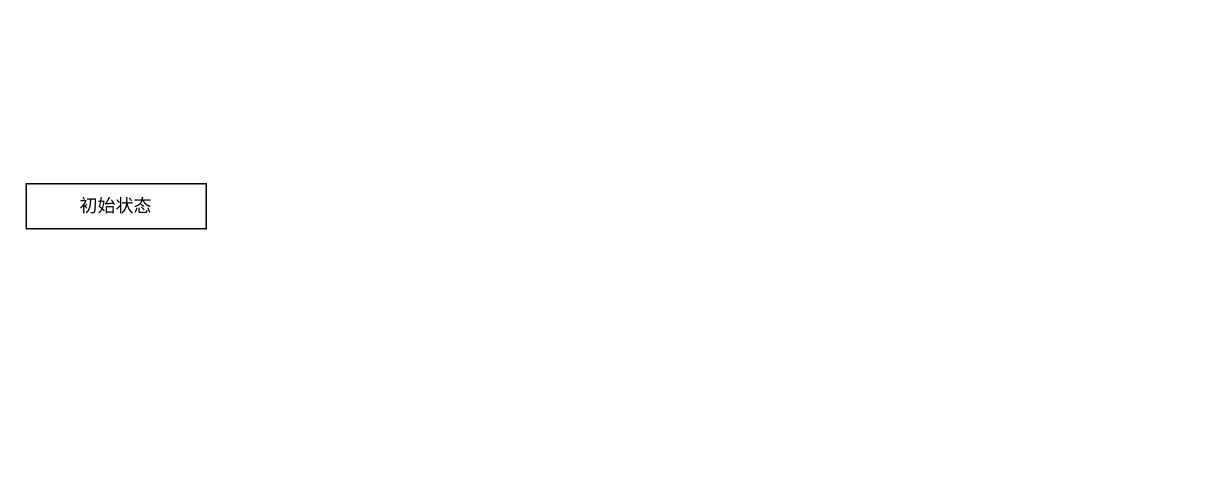
Above: Untitled Diagram.drawio in zhmingChen/mydemo (draw.io), before the change. Source tidied: cells renumbered, new cells numbered last; positions are measured from the earlier drawing's top-left corner, leaving out a move shared by most shapes. Both pictures are drawn from the tidied source at 150%, with x=0, y=0 at pixel (26, 183).
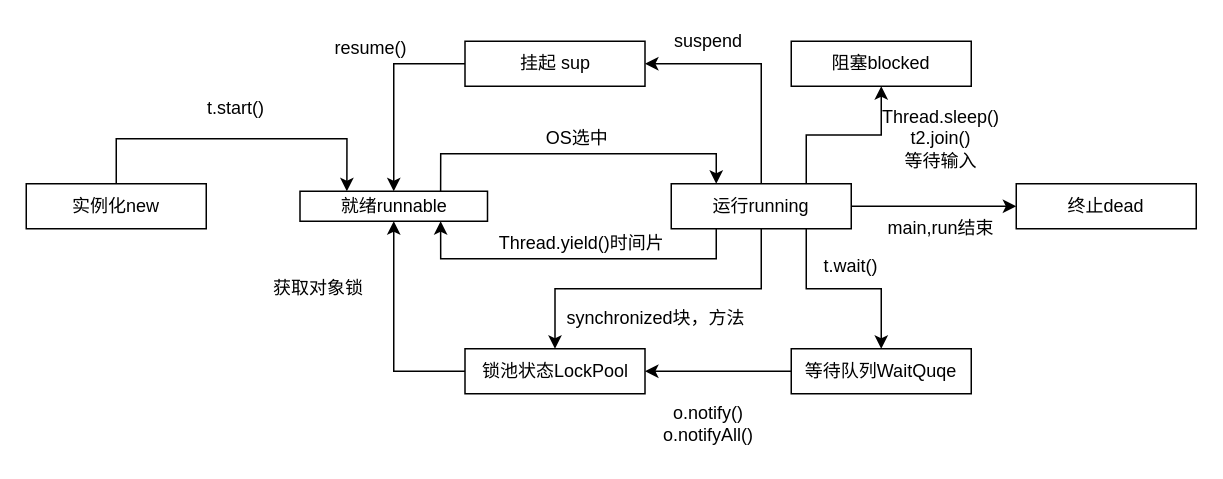
After the change.

The edit, as a diff of the source:
```diff
@@
+    <mxCell id="3" style="edgeStyle=orthogonalEdgeStyle;rounded=0;jettySize=auto;exitX=0.5;exitY=1;exitDx=0;exitDy=0;html=1;labelBorderColor=none;entryX=0.25;entryY=0;entryDx=0;entryDy=0;" parent="1" edge="1" source="2" target="5">
+      <mxGeometry relative="1" as="geometry">
+        <Array as="points">
+          <mxPoint x="60" y="-30" />
+          <mxPoint x="214" y="-30" />
+        </Array>
+      </mxGeometry>
+    </mxCell>
-    <mxCell id="2" value="初始状态" style="rounded=0;whiteSpace=wrap;html=1;" parent="1" vertex="1">
+    <mxCell id="2" value="实例化new" style="rounded=0;whiteSpace=wrap;html=1;" parent="1" vertex="1">
       <mxGeometry width="120" height="30" as="geometry" />
     </mxCell>
+    <mxCell id="4" style="edgeStyle=orthogonalEdgeStyle;rounded=0;jettySize=auto;html=1;exitX=0.75;exitY=0;exitDx=0;exitDy=0;entryX=0.25;entryY=0;entryDx=0;entryDy=0;" parent="1" edge="1" source="5" target="14">
+      <mxGeometry relative="1" as="geometry" />
+    </mxCell>
+    <mxCell id="5" value="就绪runnable" style="rounded=0;whiteSpace=wrap;html=1;" parent="1" vertex="1">
+      <mxGeometry x="182.5" y="5" width="125" height="20" as="geometry" />
+    </mxCell>
+    <mxCell id="6" style="edgeStyle=orthogonalEdgeStyle;rounded=0;jettySize=auto;html=1;exitX=0;exitY=0.5;exitDx=0;exitDy=0;entryX=0.5;entryY=0;entryDx=0;entryDy=0;" parent="1" edge="1" source="7" target="5">
+      <mxGeometry relative="1" as="geometry" />
+    </mxCell>
+    <mxCell id="7" value="挂起 sup" style="rounded=0;whiteSpace=wrap;html=1;" parent="1" vertex="1">
+      <mxGeometry x="292.5" y="-95" width="120" height="30" as="geometry" />
+    </mxCell>
+    <mxCell id="8" style="edgeStyle=orthogonalEdgeStyle;rounded=0;jettySize=auto;html=1;exitX=0.25;exitY=1;exitDx=0;exitDy=0;entryX=0.75;entryY=1;entryDx=0;entryDy=0;" parent="1" edge="1" source="14" target="5">
+      <mxGeometry relative="1" as="geometry" />
+    </mxCell>
+    <mxCell id="9" style="edgeStyle=orthogonalEdgeStyle;rounded=0;jettySize=auto;html=1;exitX=0.75;exitY=1;exitDx=0;exitDy=0;" parent="1" edge="1" source="14" target="20">
+      <mxGeometry relative="1" as="geometry" />
+    </mxCell>
+    <mxCell id="10" style="edgeStyle=orthogonalEdgeStyle;rounded=0;jettySize=auto;html=1;exitX=1;exitY=0.5;exitDx=0;exitDy=0;entryX=0;entryY=0.5;entryDx=0;entryDy=0;" parent="1" edge="1" source="14" target="16">
+      <mxGeometry relative="1" as="geometry" />
+    </mxCell>
+    <mxCell id="11" style="edgeStyle=orthogonalEdgeStyle;rounded=0;jettySize=auto;html=1;exitX=0.5;exitY=1;exitDx=0;exitDy=0;" parent="1" edge="1" source="14" target="18">
+      <mxGeometry relative="1" as="geometry" />
+    </mxCell>
+    <mxCell id="12" style="edgeStyle=orthogonalEdgeStyle;rounded=0;jettySize=auto;html=1;exitX=0.5;exitY=0;exitDx=0;exitDy=0;entryX=1;entryY=0.5;entryDx=0;entryDy=0;" parent="1" edge="1" source="14" target="7">
+      <mxGeometry relative="1" as="geometry" />
+    </mxCell>
+    <mxCell id="13" style="edgeStyle=orthogonalEdgeStyle;rounded=0;jettySize=auto;html=1;exitX=0.75;exitY=0;exitDx=0;exitDy=0;entryX=0.5;entryY=1;entryDx=0;entryDy=0;" parent="1" edge="1" source="14" target="15">
+      <mxGeometry relative="1" as="geometry" />
+    </mxCell>
+    <mxCell id="14" value="运行running" style="rounded=0;whiteSpace=wrap;html=1;" parent="1" vertex="1">
+      <mxGeometry x="430" width="120" height="30" as="geometry" />
+    </mxCell>
+    <mxCell id="15" value="阻塞blocked" style="rounded=0;whiteSpace=wrap;html=1;" parent="1" vertex="1">
+      <mxGeometry x="510" y="-95" width="120" height="30" as="geometry" />
+    </mxCell>
+    <mxCell id="16" value="终止dead" style="rounded=0;whiteSpace=wrap;html=1;" parent="1" vertex="1">
+      <mxGeometry x="660" width="120" height="30" as="geometry" />
+    </mxCell>
+    <mxCell id="17" style="edgeStyle=orthogonalEdgeStyle;rounded=0;jettySize=auto;html=1;exitX=0;exitY=0.5;exitDx=0;exitDy=0;entryX=0.5;entryY=1;entryDx=0;entryDy=0;" parent="1" edge="1" source="18" target="5">
+      <mxGeometry relative="1" as="geometry" />
+    </mxCell>
+    <mxCell id="18" value="锁池状态LockPool" style="rounded=0;whiteSpace=wrap;html=1;" parent="1" vertex="1">
+      <mxGeometry x="292.5" y="110" width="120" height="30" as="geometry" />
+    </mxCell>
+    <mxCell id="19" style="edgeStyle=orthogonalEdgeStyle;rounded=0;jettySize=auto;html=1;exitX=0;exitY=0.5;exitDx=0;exitDy=0;entryX=1;entryY=0.5;entryDx=0;entryDy=0;" parent="1" edge="1" source="20" target="18">
+      <mxGeometry relative="1" as="geometry" />
+    </mxCell>
+    <mxCell id="20" value="等待队列WaitQuqe" style="rounded=0;whiteSpace=wrap;html=1;" parent="1" vertex="1">
+      <mxGeometry x="510" y="110" width="120" height="30" as="geometry" />
+    </mxCell>
+    <mxCell id="21" value="t.start()" style="text;html=1;strokeColor=none;fillColor=none;align=center;verticalAlign=middle;whiteSpace=wrap;rounded=0;" parent="1" vertex="1">
+      <mxGeometry x="120" y="-60" width="40" height="20" as="geometry" />
+    </mxCell>
+    <mxCell id="22" value="Thread.yield()时间片&lt;br&gt;" style="text;html=1;strokeColor=none;fillColor=none;align=center;verticalAlign=middle;whiteSpace=wrap;rounded=0;" parent="1" vertex="1">
+      <mxGeometry x="292.5" y="25" width="155" height="30" as="geometry" />
+    </mxCell>
+    <mxCell id="23" value="OS选中" style="text;html=1;strokeColor=none;fillColor=none;align=center;verticalAlign=middle;whiteSpace=wrap;rounded=0;" parent="1" vertex="1">
+      <mxGeometry x="340" y="-40" width="55" height="20" as="geometry" />
+    </mxCell>
+    <mxCell id="24" value="t.wait()" style="text;html=1;strokeColor=none;fillColor=none;align=center;verticalAlign=middle;whiteSpace=wrap;rounded=0;" parent="1" vertex="1">
+      <mxGeometry x="530" y="45" width="40" height="20" as="geometry" />
+    </mxCell>
+    <mxCell id="25" value="main,run结束" style="text;html=1;strokeColor=none;fillColor=none;align=center;verticalAlign=middle;whiteSpace=wrap;rounded=0;" parent="1" vertex="1">
+      <mxGeometry x="570" y="20" width="80" height="20" as="geometry" />
+    </mxCell>
+    <mxCell id="26" value="synchronized块，方法" style="text;html=1;strokeColor=none;fillColor=none;align=center;verticalAlign=middle;whiteSpace=wrap;rounded=0;" parent="1" vertex="1">
+      <mxGeometry x="350" y="80" width="140" height="20" as="geometry" />
+    </mxCell>
+    <mxCell id="27" value="o.notify()&lt;br&gt;o.notifyAll()&lt;br&gt;" style="text;html=1;strokeColor=none;fillColor=none;align=center;verticalAlign=middle;whiteSpace=wrap;rounded=0;" parent="1" vertex="1">
+      <mxGeometry x="420" y="140" width="70" height="40" as="geometry" />
+    </mxCell>
+    <mxCell id="28" value="Thread.sleep()&lt;br&gt;t2.join()&lt;br&gt;等待输入&lt;br&gt;" style="text;html=1;strokeColor=none;fillColor=none;align=center;verticalAlign=middle;whiteSpace=wrap;rounded=0;" parent="1" vertex="1">
+      <mxGeometry x="570" y="-50" width="80" height="40" as="geometry" />
+    </mxCell>
+    <mxCell id="29" value="获取对象锁" style="text;html=1;strokeColor=none;fillColor=none;align=center;verticalAlign=middle;whiteSpace=wrap;rounded=0;" parent="1" vertex="1">
+      <mxGeometry x="160" y="60" width="70" height="20" as="geometry" />
+    </mxCell>
+    <mxCell id="30" value="suspend" style="text;html=1;strokeColor=none;fillColor=none;align=center;verticalAlign=middle;whiteSpace=wrap;rounded=0;" parent="1" vertex="1">
+      <mxGeometry x="435" y="-105" width="40" height="20" as="geometry" />
+    </mxCell>
+    <mxCell id="31" value="resume()" style="text;html=1;strokeColor=none;fillColor=none;align=center;verticalAlign=middle;whiteSpace=wrap;rounded=0;" parent="1" vertex="1">
+      <mxGeometry x="210" y="-100" width="40" height="20" as="geometry" />
+    </mxCell>
```
